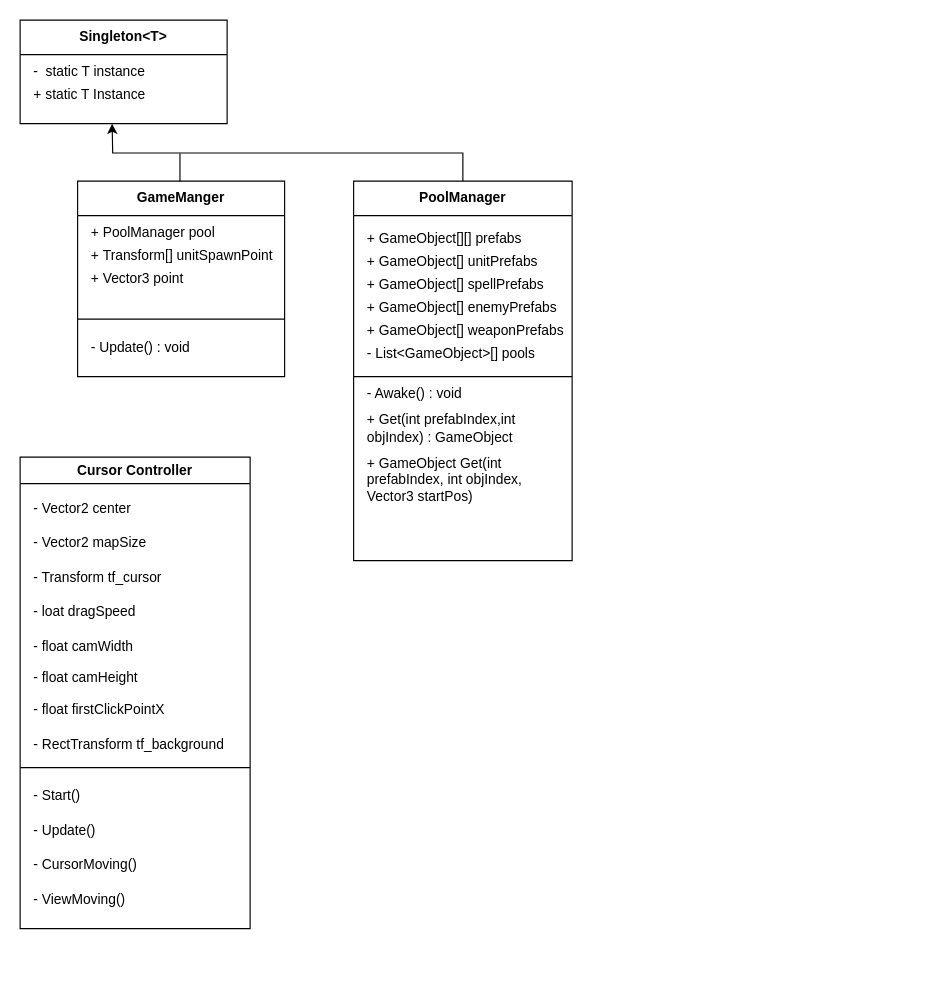
Above: page "Managers" (3 of 3) of Project_CSD.drawio in YJU-Capstone-Design/Capstone-Design (draw.io), before the change. Source tidied: cells renumbered, new cells numbered last; positions are measured from the earlier drawing's top-left corner, leaving out a move shared by most shapes. Both pictures are drawn from the tidied source at 115%, with x=0, y=0 at pixel (20, 20).
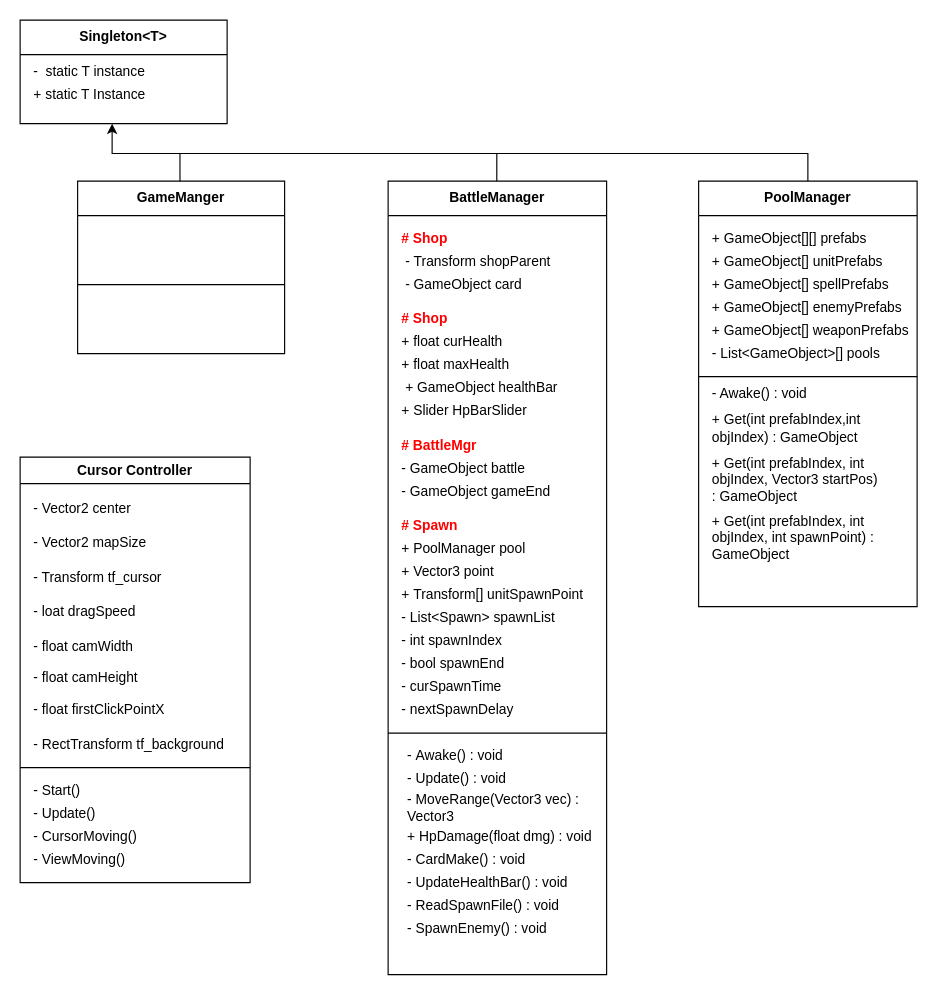
The same diagram, later.

The edit, as a diff of the source:
```diff
@@
     <mxCell id="5" value="GameManger" style="swimlane;whiteSpace=wrap;html=1;startSize=30;" parent="1" vertex="1">
-      <mxGeometry x="50" y="140" width="180" height="170" as="geometry" />
+      <mxGeometry x="50" y="140" width="180" height="150" as="geometry" />
     </mxCell>
-    <mxCell id="6" value="+&amp;nbsp;PoolManager pool" style="text;html=1;align=left;verticalAlign=middle;whiteSpace=wrap;rounded=0;" parent="5" vertex="1">
-      <mxGeometry x="10" y="30" width="120" height="30" as="geometry" />
-    </mxCell>
-    <mxCell id="7" value="+&amp;nbsp;Transform[] unitSpawnPoint" style="text;html=1;align=left;verticalAlign=middle;whiteSpace=wrap;rounded=0;" parent="5" vertex="1">
-      <mxGeometry x="10" y="50" width="160" height="30" as="geometry" />
-    </mxCell>
-    <mxCell id="8" value="+&amp;nbsp;Vector3 point" style="text;html=1;align=left;verticalAlign=middle;whiteSpace=wrap;rounded=0;" parent="5" vertex="1">
-      <mxGeometry x="10" y="70" width="160" height="30" as="geometry" />
-    </mxCell>
     <mxCell id="9" style="endArrow=none;html=1;rounded=0;exitX=0;exitY=0.75;exitDx=0;exitDy=0;entryX=1;entryY=0.75;entryDx=0;entryDy=0;" parent="5" edge="1">
       <mxGeometry relative="1" as="geometry">
-        <mxPoint y="120" as="sourcePoint" />
-        <mxPoint x="180" y="120" as="targetPoint" />
+        <mxPoint y="90" as="sourcePoint" />
+        <mxPoint x="180" y="90" as="targetPoint" />
       </mxGeometry>
     </mxCell>
-    <mxCell id="10" value="-&amp;nbsp;Update() : void" style="text;html=1;align=left;verticalAlign=middle;whiteSpace=wrap;rounded=0;" parent="5" vertex="1">
-      <mxGeometry x="10" y="130" width="160" height="30" as="geometry" />
-    </mxCell>
     <mxCell id="11" style="edgeStyle=orthogonalEdgeStyle;rounded=0;jettySize=auto;html=1;exitX=0.5;exitY=0;exitDx=0;exitDy=0;" parent="1" edge="1" source="12">
       <mxGeometry relative="1" as="geometry">
         <mxPoint x="80" y="90" as="targetPoint" />
+        <Array as="points">
+          <mxPoint x="685" y="116" />
+          <mxPoint x="80" y="116" />
+        </Array>
       </mxGeometry>
     </mxCell>
     <mxCell id="12" value="PoolManager" style="swimlane;whiteSpace=wrap;html=1;startSize=30;" parent="1" vertex="1">
-      <mxGeometry x="290" y="140" width="190" height="330" as="geometry" />
+      <mxGeometry x="590" y="140" width="190" height="370" as="geometry" />
     </mxCell>
@@
-    <mxCell id="22" value="+&amp;nbsp;GameObject Get(int prefabIndex, int objIndex, Vector3 startPos)" style="text;html=1;align=left;verticalAlign=middle;whiteSpace=wrap;rounded=0;" parent="12" vertex="1">
+    <mxCell id="22" value="+ Get(int prefabIndex, int objIndex, Vector3 startPos) :&amp;nbsp;GameObject" style="text;html=1;align=left;verticalAlign=middle;whiteSpace=wrap;rounded=0;" parent="12" vertex="1">
       <mxGeometry x="10" y="240" width="180" height="40" as="geometry" />
     </mxCell>
+    <mxCell id="38" value="+&amp;nbsp;Get(int prefabIndex, int objIndex, int spawnPoint) : GameObject" style="text;html=1;align=left;verticalAlign=middle;whiteSpace=wrap;rounded=0;" parent="12" vertex="1">
+      <mxGeometry x="10" y="290" width="180" height="40" as="geometry" />
+    </mxCell>
@@
     <mxCell id="24" value="Cursor Controller" style="swimlane;whiteSpace=wrap;html=1;" parent="1" vertex="1">
-      <mxGeometry y="380" width="200" height="410" as="geometry" />
+      <mxGeometry y="380" width="200" height="370" as="geometry" />
     </mxCell>
@@
     <mxCell id="34" value="- Start()" style="text;html=1;align=left;verticalAlign=middle;whiteSpace=wrap;rounded=0;" parent="24" vertex="1">
-      <mxGeometry x="10" y="280" width="160" height="30" as="geometry" />
+      <mxGeometry x="10" y="280" width="160" height="20" as="geometry" />
     </mxCell>
     <mxCell id="35" value="- Update()" style="text;html=1;align=left;verticalAlign=middle;whiteSpace=wrap;rounded=0;" parent="24" vertex="1">
-      <mxGeometry x="10" y="310" width="160" height="30" as="geometry" />
+      <mxGeometry x="10" y="300" width="160" height="20" as="geometry" />
     </mxCell>
     <mxCell id="36" value="- CursorMoving()" style="text;html=1;align=left;verticalAlign=middle;whiteSpace=wrap;rounded=0;" parent="24" vertex="1">
-      <mxGeometry x="10" y="340" width="160" height="30" as="geometry" />
+      <mxGeometry x="10" y="320" width="160" height="20" as="geometry" />
     </mxCell>
     <mxCell id="37" value="- ViewMoving()" style="text;html=1;align=left;verticalAlign=middle;whiteSpace=wrap;rounded=0;" parent="24" vertex="1">
-      <mxGeometry x="10" y="370" width="160" height="30" as="geometry" />
+      <mxGeometry x="10" y="340" width="160" height="20" as="geometry" />
     </mxCell>
+    <mxCell id="39" value="BattleManager" style="swimlane;whiteSpace=wrap;html=1;startSize=30;" parent="1" vertex="1">
+      <mxGeometry x="320" y="140" width="190" height="690" as="geometry" />
+    </mxCell>
+    <mxCell id="40" value="&amp;nbsp;-&amp;nbsp;Transform shopParent" style="text;html=1;align=left;verticalAlign=middle;whiteSpace=wrap;rounded=0;" parent="39" vertex="1">
+      <mxGeometry x="10" y="60" width="160" height="20" as="geometry" />
+    </mxCell>
+    <mxCell id="41" value="+&amp;nbsp;Slider HpBarSlider" style="text;html=1;align=left;verticalAlign=middle;whiteSpace=wrap;rounded=0;" parent="39" vertex="1">
+      <mxGeometry x="10" y="190" width="160" height="20" as="geometry" />
+    </mxCell>
+    <mxCell id="42" style="endArrow=none;html=1;rounded=0;exitX=0;exitY=0.75;exitDx=0;exitDy=0;" parent="39" edge="1">
+      <mxGeometry relative="1" as="geometry">
+        <mxPoint y="480" as="sourcePoint" />
+        <mxPoint x="190" y="480" as="targetPoint" />
+      </mxGeometry>
+    </mxCell>
+    <mxCell id="43" value="&amp;nbsp;-&amp;nbsp;GameObject card" style="text;html=1;align=left;verticalAlign=middle;whiteSpace=wrap;rounded=0;" parent="39" vertex="1">
+      <mxGeometry x="10" y="80" width="160" height="20" as="geometry" />
+    </mxCell>
+    <mxCell id="44" value="+&amp;nbsp;float curHealth" style="text;html=1;align=left;verticalAlign=middle;whiteSpace=wrap;rounded=0;" parent="39" vertex="1">
+      <mxGeometry x="10" y="130" width="160" height="20" as="geometry" />
+    </mxCell>
+    <mxCell id="45" value="+&amp;nbsp;float maxHealth" style="text;html=1;align=left;verticalAlign=middle;whiteSpace=wrap;rounded=0;" parent="39" vertex="1">
+      <mxGeometry x="10" y="150" width="170" height="20" as="geometry" />
+    </mxCell>
+    <mxCell id="46" value="&amp;nbsp;+&amp;nbsp;GameObject healthBar" style="text;html=1;align=left;verticalAlign=middle;whiteSpace=wrap;rounded=0;" parent="39" vertex="1">
+      <mxGeometry x="10" y="170" width="180" height="20" as="geometry" />
+    </mxCell>
+    <mxCell id="47" value="#&amp;nbsp;Shop" style="text;html=1;align=left;verticalAlign=middle;whiteSpace=wrap;rounded=0;fontStyle=1;fontColor=#FF0000;" parent="39" vertex="1">
+      <mxGeometry x="10" y="40" width="120" height="20" as="geometry" />
+    </mxCell>
+    <mxCell id="48" value="#&amp;nbsp;Shop" style="text;html=1;align=left;verticalAlign=middle;whiteSpace=wrap;rounded=0;fontStyle=1;fontColor=#FF0000;" parent="39" vertex="1">
+      <mxGeometry x="10" y="110" width="120" height="20" as="geometry" />
+    </mxCell>
+    <mxCell id="49" value="-&amp;nbsp;GameObject battle" style="text;html=1;align=left;verticalAlign=middle;whiteSpace=wrap;rounded=0;" parent="39" vertex="1">
+      <mxGeometry x="10" y="240" width="160" height="20" as="geometry" />
+    </mxCell>
+    <mxCell id="50" value="-&amp;nbsp;GameObject gameEnd" style="text;html=1;align=left;verticalAlign=middle;whiteSpace=wrap;rounded=0;" parent="39" vertex="1">
+      <mxGeometry x="10" y="260" width="170" height="20" as="geometry" />
+    </mxCell>
+    <mxCell id="51" value="#&amp;nbsp;BattleMgr" style="text;html=1;align=left;verticalAlign=middle;whiteSpace=wrap;rounded=0;fontStyle=1;fontColor=#FF0000;" parent="39" vertex="1">
+      <mxGeometry x="10" y="220" width="120" height="20" as="geometry" />
+    </mxCell>
+    <mxCell id="7" value="+&amp;nbsp;Transform[] unitSpawnPoint" style="text;html=1;align=left;verticalAlign=middle;whiteSpace=wrap;rounded=0;" parent="39" vertex="1">
+      <mxGeometry x="10" y="350" width="160" height="20" as="geometry" />
+    </mxCell>
+    <mxCell id="52" value="- List&amp;lt;Spawn&amp;gt; spawnList" style="text;html=1;align=left;verticalAlign=middle;whiteSpace=wrap;rounded=0;" parent="39" vertex="1">
+      <mxGeometry x="10" y="370" width="170" height="20" as="geometry" />
+    </mxCell>
+    <mxCell id="53" value="#&amp;nbsp;Spawn" style="text;html=1;align=left;verticalAlign=middle;whiteSpace=wrap;rounded=0;fontStyle=1;fontColor=#FF0000;" parent="39" vertex="1">
+      <mxGeometry x="10" y="290" width="120" height="20" as="geometry" />
+    </mxCell>
+    <mxCell id="54" value="- int spawnIndex" style="text;html=1;align=left;verticalAlign=middle;whiteSpace=wrap;rounded=0;" parent="39" vertex="1">
+      <mxGeometry x="10" y="390" width="160" height="20" as="geometry" />
+    </mxCell>
+    <mxCell id="55" value="- bool spawnEnd" style="text;html=1;align=left;verticalAlign=middle;whiteSpace=wrap;rounded=0;" parent="39" vertex="1">
+      <mxGeometry x="10" y="410" width="170" height="20" as="geometry" />
+    </mxCell>
+    <mxCell id="56" value="-&amp;nbsp;curSpawnTime" style="text;html=1;align=left;verticalAlign=middle;whiteSpace=wrap;rounded=0;" parent="39" vertex="1">
+      <mxGeometry x="10" y="430" width="160" height="20" as="geometry" />
+    </mxCell>
+    <mxCell id="57" value="-&amp;nbsp;nextSpawnDelay" style="text;html=1;align=left;verticalAlign=middle;whiteSpace=wrap;rounded=0;" parent="39" vertex="1">
+      <mxGeometry x="10" y="450" width="170" height="20" as="geometry" />
+    </mxCell>
+    <mxCell id="58" value="-&amp;nbsp;Awake() : void" style="text;html=1;align=left;verticalAlign=middle;whiteSpace=wrap;rounded=0;" parent="39" vertex="1">
+      <mxGeometry x="15" y="490" width="160" height="20" as="geometry" />
+    </mxCell>
+    <mxCell id="59" value="-&amp;nbsp;Update() : void" style="text;html=1;align=left;verticalAlign=middle;whiteSpace=wrap;rounded=0;" parent="39" vertex="1">
+      <mxGeometry x="15" y="510" width="170" height="20" as="geometry" />
+    </mxCell>
+    <mxCell id="60" value="+ HpDamage(float dmg) : void" style="text;html=1;align=left;verticalAlign=middle;whiteSpace=wrap;rounded=0;" parent="39" vertex="1">
+      <mxGeometry x="15" y="560" width="170" height="20" as="geometry" />
+    </mxCell>
+    <mxCell id="61" value="-&amp;nbsp;CardMake() : void" style="text;html=1;align=left;verticalAlign=middle;whiteSpace=wrap;rounded=0;" parent="39" vertex="1">
+      <mxGeometry x="15" y="580" width="170" height="20" as="geometry" />
+    </mxCell>
+    <mxCell id="62" value="-&amp;nbsp;UpdateHealthBar() : void" style="text;html=1;align=left;verticalAlign=middle;whiteSpace=wrap;rounded=0;" parent="39" vertex="1">
+      <mxGeometry x="15" y="600" width="160" height="20" as="geometry" />
+    </mxCell>
+    <mxCell id="63" value="-&amp;nbsp;ReadSpawnFile() : void" style="text;html=1;align=left;verticalAlign=middle;whiteSpace=wrap;rounded=0;" parent="39" vertex="1">
+      <mxGeometry x="15" y="620" width="170" height="20" as="geometry" />
+    </mxCell>
+    <mxCell id="64" value="-&amp;nbsp;SpawnEnemy() : void" style="text;html=1;align=left;verticalAlign=middle;whiteSpace=wrap;rounded=0;" parent="39" vertex="1">
+      <mxGeometry x="15" y="640" width="170" height="20" as="geometry" />
+    </mxCell>
+    <mxCell id="6" value="+&amp;nbsp;PoolManager pool" style="text;html=1;align=left;verticalAlign=middle;whiteSpace=wrap;rounded=0;" parent="39" vertex="1">
+      <mxGeometry x="10" y="310" width="120" height="20" as="geometry" />
+    </mxCell>
+    <mxCell id="8" value="+&amp;nbsp;Vector3 point" style="text;html=1;align=left;verticalAlign=middle;whiteSpace=wrap;rounded=0;" parent="39" vertex="1">
+      <mxGeometry x="10" y="330" width="160" height="20" as="geometry" />
+    </mxCell>
+    <mxCell id="10" value="-&amp;nbsp;MoveRange(Vector3 vec) : Vector3" style="text;html=1;align=left;verticalAlign=middle;whiteSpace=wrap;rounded=0;" parent="39" vertex="1">
+      <mxGeometry x="15" y="530" width="160" height="30" as="geometry" />
+    </mxCell>
+    <mxCell id="65" style="endArrow=none;html=1;rounded=0;" parent="1" edge="1">
+      <mxGeometry relative="1" as="geometry">
+        <mxPoint x="414.5" y="140" as="sourcePoint" />
+        <mxPoint x="414.5" y="116" as="targetPoint" />
+      </mxGeometry>
+    </mxCell>
```
